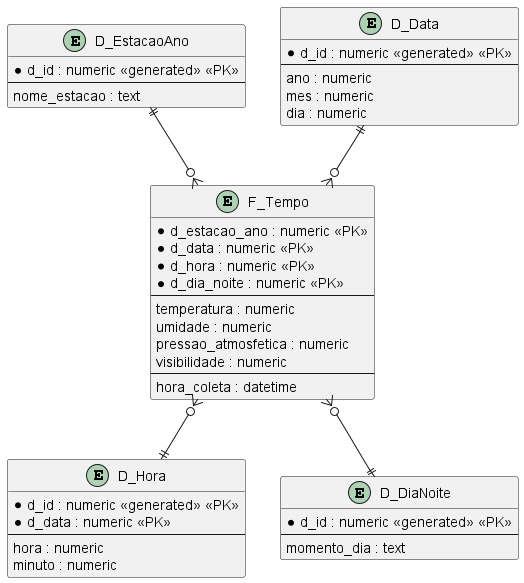
This is docs/models/db_transacional.png from Puc-Mg-Loucos-Dos-Dados/projeto_analytics_meteorologia, a PlantUML export, as it was before one commit. Source of this version:
```plantuml
@startuml
entity "D_EstacaoAno" as d_ea {
    *d_id : numeric <<generated>> <<PK>>
    --
    nome_estacao : text
}

entity "D_Data" as d_dt {
    *d_id : numeric <<generated>> <<PK>>
    --
    ano : numeric
    mes : numeric
    dia : numeric
}

entity "D_Hora" as d_hr {
    *d_id : numeric <<generated>> <<PK>>
    *d_data : numeric <<PK>>
    --
    hora : numeric
    minuto : numeric
}

entity "D_DiaNoite" as d_dn {
    *d_id : numeric <<generated>> <<PK>>
    --
    momento_dia : text
}

entity "F_Tempo" as f_t {
    *d_estacao_ano : numeric <<PK>>
    *d_data : numeric <<PK>>
    *d_hora : numeric <<PK>>
    *d_dia_noite : numeric <<PK>>
    --
    temperatura : numeric
    umidade : numeric
    pressao_atmosfetica : numeric
    visibilidade : numeric
    --
    hora_coleta : datetime
}

d_ea ||--o{ f_t
d_dt ||--o{ f_t
f_t }o--|| d_hr
f_t }o--|| d_dn
@enduml
```
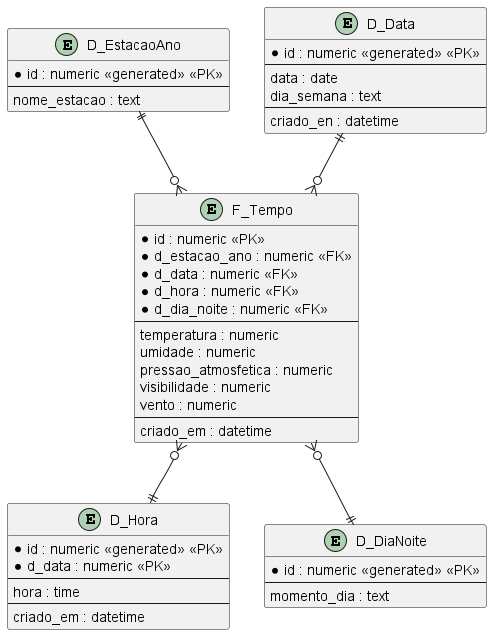
Above is the later version.

The edit, as a diff of the source:
```diff
@@ -1,44 +1,48 @@
 @startuml
 entity "D_EstacaoAno" as d_ea {
-    *d_id : numeric <<generated>> <<PK>>
+    *id : numeric <<generated>> <<PK>>
     --
     nome_estacao : text
 }
 
 entity "D_Data" as d_dt {
-    *d_id : numeric <<generated>> <<PK>>
+    *id : numeric <<generated>> <<PK>>
     --
-    ano : numeric
-    mes : numeric
-    dia : numeric
+    data : date
+    dia_semana : text
+    --
+    criado_en : datetime
 }
 
 entity "D_Hora" as d_hr {
-    *d_id : numeric <<generated>> <<PK>>
+    *id : numeric <<generated>> <<PK>>
     *d_data : numeric <<PK>>
     --
-    hora : numeric
-    minuto : numeric
+    hora : time
+    --
+    criado_em : datetime
 }
 
 entity "D_DiaNoite" as d_dn {
-    *d_id : numeric <<generated>> <<PK>>
+    *id : numeric <<generated>> <<PK>>
     --
     momento_dia : text
 }
 
 entity "F_Tempo" as f_t {
-    *d_estacao_ano : numeric <<PK>>
-    *d_data : numeric <<PK>>
-    *d_hora : numeric <<PK>>
-    *d_dia_noite : numeric <<PK>>
+    *id : numeric <<PK>>
+    *d_estacao_ano : numeric <<FK>>
+    *d_data : numeric <<FK>>
+    *d_hora : numeric <<FK>>
+    *d_dia_noite : numeric <<FK>>
     --
     temperatura : numeric
     umidade : numeric
     pressao_atmosfetica : numeric
     visibilidade : numeric
+    vento : numeric
     --
-    hora_coleta : datetime
+    criado_em : datetime
 }
 
 d_ea ||--o{ f_t
```
